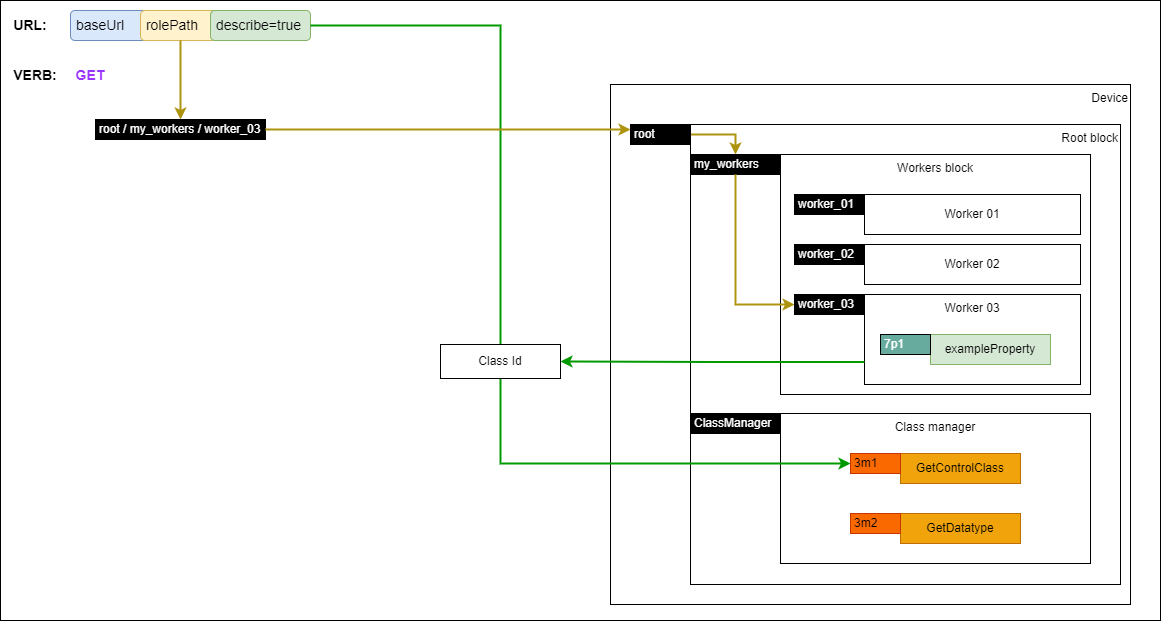
Above: docs/images/getting-class-descriptor.png in AMWA-TV/is-device-configuration (draw.io), before the change. Source tidied: cells renumbered, new cells last; positions are measured from the earlier drawing's top-left corner, leaving out a move shared by most shapes.
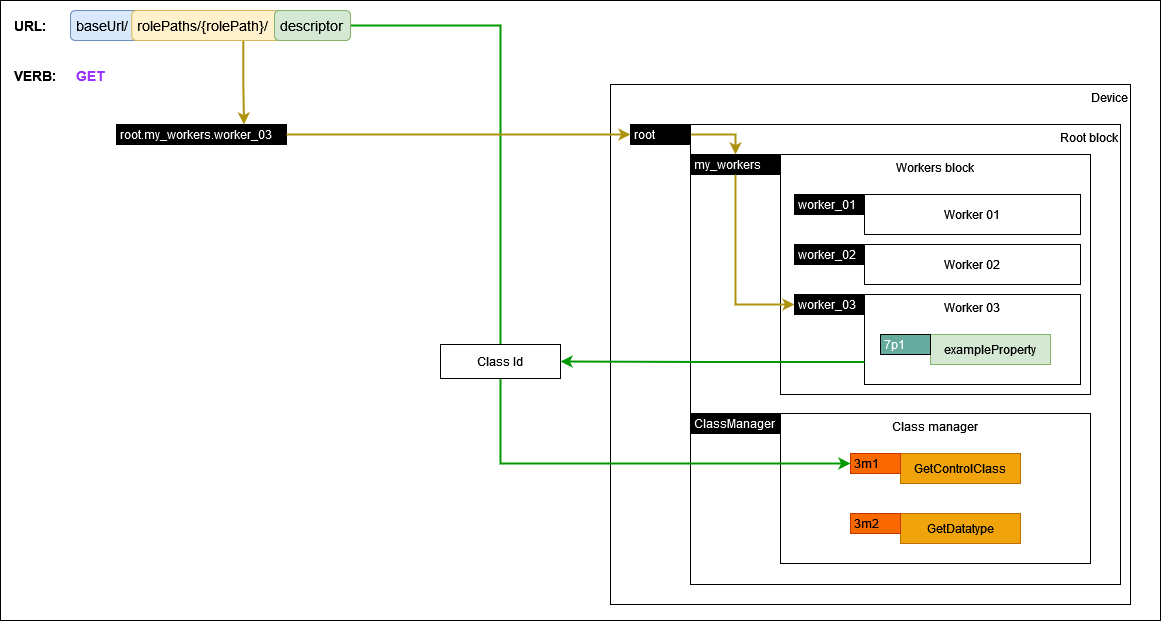
Above is the later version.

What changed in the source:
```diff
@@ -62,15 +62,6 @@
     <mxCell id="21" value="3m2" style="rounded=0;whiteSpace=wrap;html=1;align=left;fillColor=#fa6800;fontColor=#000000;spacingLeft=2;strokeColor=#C73500;" parent="1" vertex="1">
       <mxGeometry x="850" y="513" width="50" height="20" as="geometry" />
     </mxCell>
-    <mxCell id="22" value="&amp;nbsp;baseUrl" style="rounded=1;whiteSpace=wrap;html=1;align=left;fontSize=14;fillColor=#dae8fc;strokeColor=#6c8ebf;" parent="1" vertex="1">
-      <mxGeometry x="70" y="10" width="90" height="30" as="geometry" />
-    </mxCell>
-    <mxCell id="23" value="&amp;nbsp;rolePath" style="rounded=1;whiteSpace=wrap;html=1;align=left;fontSize=14;fillColor=#fff2cc;strokeColor=#d6b656;" parent="1" vertex="1">
-      <mxGeometry x="140" y="10" width="80" height="30" as="geometry" />
-    </mxCell>
-    <mxCell id="24" value="&amp;nbsp;describe=true" style="rounded=1;whiteSpace=wrap;html=1;align=left;fontSize=14;fillColor=#d5e8d4;strokeColor=#82b366;" parent="1" vertex="1">
-      <mxGeometry x="210" y="10" width="100" height="30" as="geometry" />
-    </mxCell>
     <mxCell id="25" value="URL:" style="text;html=1;strokeColor=none;fillColor=none;align=center;verticalAlign=middle;whiteSpace=wrap;rounded=0;fontStyle=1;fontSize=14;" parent="1" vertex="1">
       <mxGeometry x="10" y="10" width="40" height="30" as="geometry" />
     </mxCell>
@@ -80,8 +71,8 @@
     <mxCell id="27" value="GET" style="text;html=1;strokeColor=none;fillColor=none;align=center;verticalAlign=middle;whiteSpace=wrap;rounded=0;fontStyle=1;fontSize=14;fontColor=#9933FF;" parent="1" vertex="1">
       <mxGeometry x="70" y="60" width="40" height="30" as="geometry" />
     </mxCell>
-    <mxCell id="28" value="root / my_workers / worker_03" style="rounded=0;whiteSpace=wrap;html=1;align=left;fillColor=#000000;fontColor=#FFFFFF;spacingLeft=2;" parent="1" vertex="1">
-      <mxGeometry x="95" y="119" width="170" height="20" as="geometry" />
+    <mxCell id="28" value="root.my_workers.worker_03" style="rounded=0;whiteSpace=wrap;html=1;align=left;fillColor=#000000;fontColor=#FFFFFF;spacingLeft=2;" parent="1" vertex="1">
+      <mxGeometry x="116" y="124" width="170" height="20" as="geometry" />
     </mxCell>
     <mxCell id="29" style="edgeStyle=orthogonalEdgeStyle;rounded=0;jettySize=auto;html=1;exitX=0.5;exitY=1;exitDx=0;exitDy=0;fontColor=#000000;strokeColor=#ae930f;strokeWidth=2;entryX=0;entryY=0.5;entryDx=0;entryDy=0;" parent="1" edge="1" source="11" target="30">
       <mxGeometry relative="1" as="geometry" />
@@ -89,22 +80,16 @@
     <mxCell id="30" value="worker_03" style="rounded=0;whiteSpace=wrap;html=1;align=left;fillColor=#000000;fontColor=#FFFFFF;spacingLeft=2;" parent="1" vertex="1">
       <mxGeometry x="794" y="294" width="70" height="20" as="geometry" />
     </mxCell>
-    <mxCell id="31" style="edgeStyle=orthogonalEdgeStyle;rounded=0;jettySize=auto;html=1;exitX=1;exitY=0.5;exitDx=0;exitDy=0;fontColor=#000000;strokeColor=#009900;strokeWidth=2;entryX=0;entryY=0.5;entryDx=0;entryDy=0;" parent="1" edge="1" source="24" target="19">
+    <mxCell id="31" style="edgeStyle=orthogonalEdgeStyle;rounded=0;jettySize=auto;html=1;exitX=0.5;exitY=1;exitDx=0;exitDy=0;fontColor=#000000;strokeColor=#009900;strokeWidth=2;entryX=0;entryY=0.5;entryDx=0;entryDy=0;" parent="1" edge="1" source="24" target="19">
       <mxGeometry relative="1" as="geometry">
         <Array as="points">
+          <mxPoint x="312" y="25" />
           <mxPoint x="500" y="25" />
           <mxPoint x="500" y="463" />
         </Array>
       </mxGeometry>
     </mxCell>
-    <mxCell id="32" style="edgeStyle=orthogonalEdgeStyle;rounded=0;jettySize=auto;html=1;exitX=1;exitY=0.5;exitDx=0;exitDy=0;fontColor=#000000;strokeColor=#ae930f;entryX=0;entryY=0.25;entryDx=0;entryDy=0;strokeWidth=2;" parent="1" edge="1" source="28" target="10">
-      <mxGeometry relative="1" as="geometry">
-        <Array as="points">
-          <mxPoint x="265" y="129" />
-        </Array>
-      </mxGeometry>
-    </mxCell>
-    <mxCell id="33" style="edgeStyle=orthogonalEdgeStyle;rounded=0;jettySize=auto;html=1;fontColor=#000000;strokeColor=#ae930f;entryX=0.5;entryY=0;entryDx=0;entryDy=0;strokeWidth=2;" parent="1" edge="1" source="23" target="28">
+    <mxCell id="33" style="edgeStyle=orthogonalEdgeStyle;rounded=0;jettySize=auto;html=1;fontColor=#000000;strokeColor=#ae930f;entryX=0.75;entryY=0;entryDx=0;entryDy=0;strokeWidth=2;exitX=0.75;exitY=1;exitDx=0;exitDy=0;" parent="1" edge="1" source="37" target="28">
       <mxGeometry relative="1" as="geometry" />
     </mxCell>
     <mxCell id="34" value="Class Id" style="rounded=0;whiteSpace=wrap;html=1;" parent="1" vertex="1">
@@ -113,5 +98,17 @@
     <mxCell id="35" style="edgeStyle=orthogonalEdgeStyle;rounded=0;jettySize=auto;html=1;exitX=0;exitY=0.75;exitDx=0;exitDy=0;entryX=1;entryY=0.5;entryDx=0;entryDy=0;strokeColor=#009900;fontColor=#000000;strokeWidth=2;startArrow=none;startFill=0;" parent="1" edge="1" source="8" target="34">
       <mxGeometry relative="1" as="geometry" />
     </mxCell>
+    <mxCell id="36" value="&amp;nbsp;baseUrl/" style="rounded=1;whiteSpace=wrap;html=1;align=left;fontSize=14;fillColor=#dae8fc;strokeColor=#6c8ebf;" parent="1" vertex="1">
+      <mxGeometry x="70" y="10" width="90" height="30" as="geometry" />
+    </mxCell>
+    <mxCell id="37" value="&amp;nbsp;rolePaths/{rolePath}/" style="rounded=1;whiteSpace=wrap;html=1;align=left;fontSize=14;fillColor=#fff2cc;strokeColor=#d6b656;" parent="1" vertex="1">
+      <mxGeometry x="131.2" y="10" width="148.8" height="30" as="geometry" />
+    </mxCell>
+    <mxCell id="24" value="&amp;nbsp;descriptor" style="rounded=1;whiteSpace=wrap;html=1;align=left;fontSize=14;fillColor=#d5e8d4;strokeColor=#82b366;" parent="1" vertex="1">
+      <mxGeometry x="274" y="10" width="76" height="30" as="geometry" />
+    </mxCell>
+    <mxCell id="32" style="edgeStyle=orthogonalEdgeStyle;rounded=0;jettySize=auto;html=1;fontColor=#000000;strokeColor=#ae930f;entryX=0;entryY=0.5;entryDx=0;entryDy=0;strokeWidth=2;exitX=1;exitY=0.5;exitDx=0;exitDy=0;" parent="1" edge="1" source="28" target="10">
+      <mxGeometry relative="1" as="geometry" />
+    </mxCell>
   </root>
 </mxGraphModel>
```
